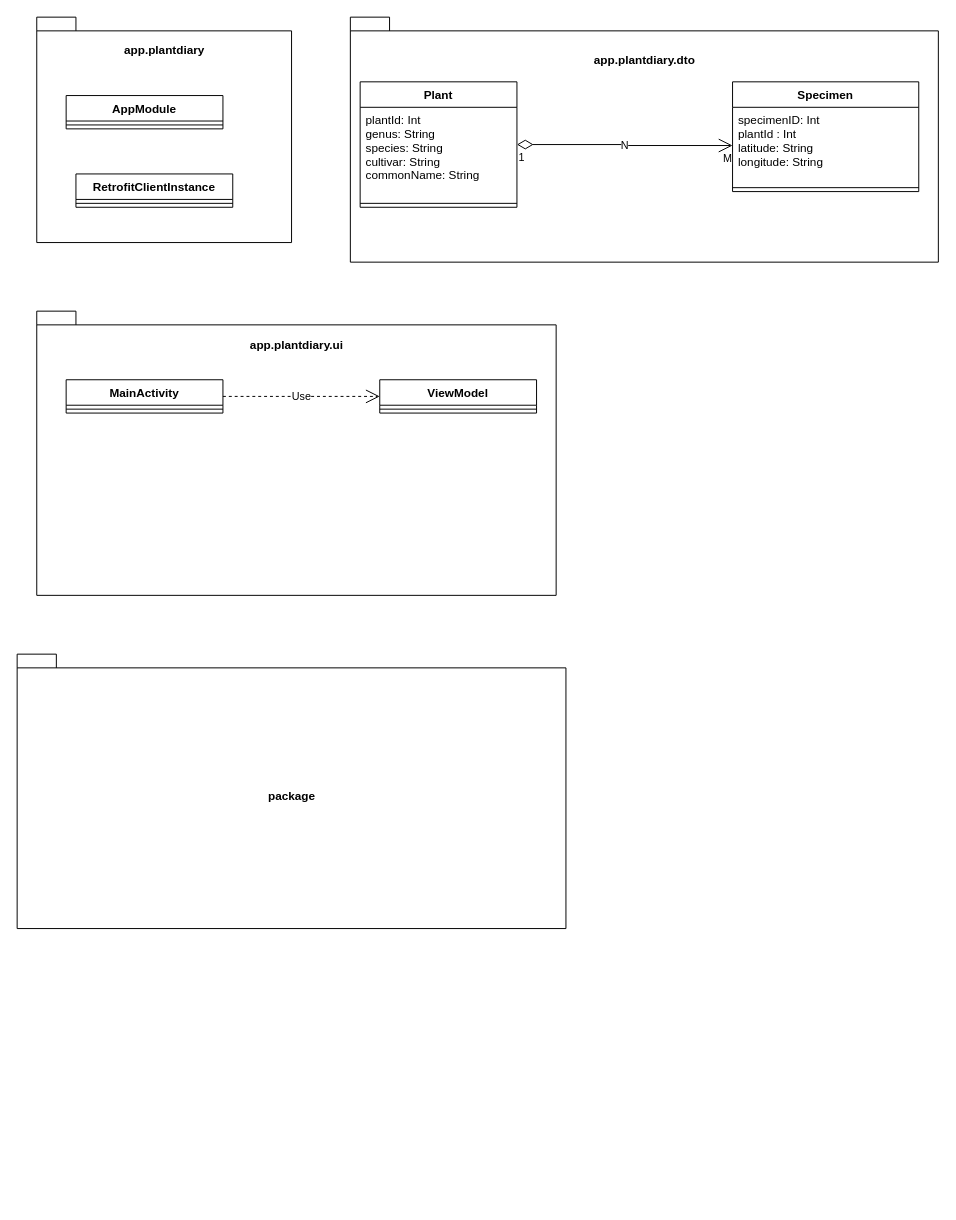
The draw.io diagram Untitled Diagram.drawio in discospiff/MyPlantDiary23SS7060, before the edit. Source tidied: cells renumbered, new cells numbered last; positions are measured from the earlier drawing's top-left corner, leaving out a move shared by most shapes. Both pictures are drawn from the tidied source at 98%, with x=0, y=0 at pixel (17, 17).
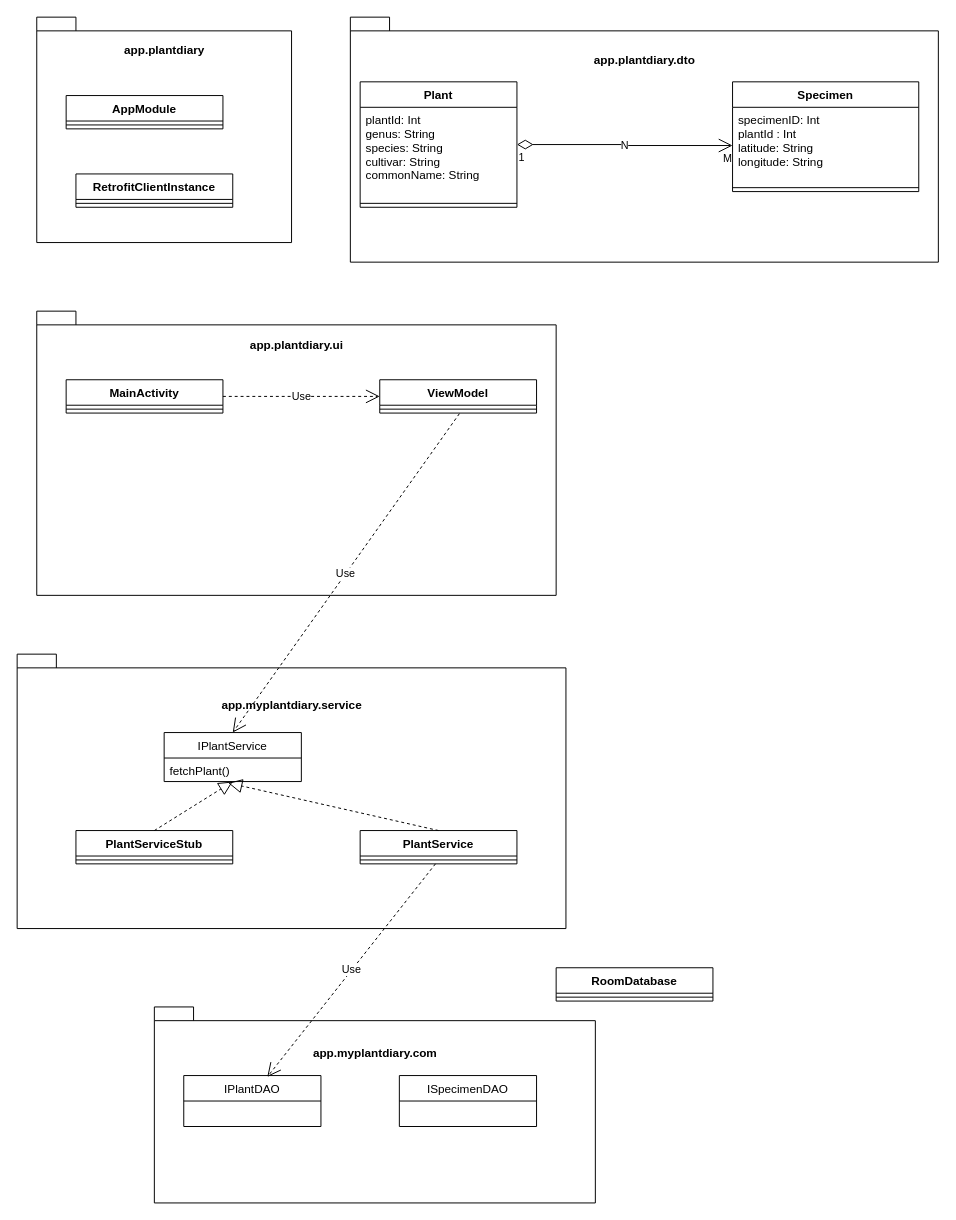
The same page after the edit.

Commit message:
MyPlantDiary Class Diagram.drawio

The change refers to these unchanged cells:
```xml
<mxCell id="21" style="line;strokeWidth=1;fillColor=none;align=left;verticalAlign=middle;spacingTop=-1;spacingLeft=3;spacingRight=3;labelPosition=right;points=[];portConstraint=eastwest;strokeColor=inherit;" parent="20" vertex="1">
  <mxGeometry y="26" width="160" height="8" as="geometry" />
</mxCell>
```

What changed in the source:
```diff
@@
-    <mxCell id="23" value="package" style="shape=folder;fontStyle=1;spacingTop=10;tabWidth=40;tabHeight=14;tabPosition=left;html=1;" parent="1" vertex="1">
+    <mxCell id="23" value="app.myplantdiary.service&lt;br&gt;&lt;br&gt;&lt;br&gt;&lt;br&gt;&lt;br&gt;&lt;br&gt;&lt;br&gt;&lt;br&gt;&lt;br&gt;&lt;br&gt;&lt;br&gt;&lt;br&gt;&lt;br&gt;&lt;br&gt;" style="shape=folder;fontStyle=1;spacingTop=10;tabWidth=40;tabHeight=14;tabPosition=left;html=1;" parent="1" vertex="1">
       <mxGeometry y="650" width="560" height="280" as="geometry" />
     </mxCell>
+    <mxCell id="24" value="IPlantService" style="swimlane;fontStyle=0;horizontal=1;startSize=26;fillColor=none;" parent="1" vertex="1">
+      <mxGeometry x="150" y="730" width="140" height="50" as="geometry" />
+    </mxCell>
+    <mxCell id="25" value="fetchPlant()" style="text;strokeColor=none;fillColor=none;align=left;verticalAlign=top;spacingLeft=4;spacingRight=4;overflow=hidden;points=[[0,0.5],[1,0.5]];portConstraint=eastwest;" parent="24" vertex="1">
+      <mxGeometry y="26" width="140" height="24" as="geometry" />
+    </mxCell>
+    <mxCell id="26" value="PlantServiceStub" style="swimlane;fontStyle=1;align=center;verticalAlign=top;horizontal=1;startSize=26;" parent="1" vertex="1">
+      <mxGeometry x="60" y="830" width="160" height="34" as="geometry" />
+    </mxCell>
+    <mxCell id="27" style="line;strokeWidth=1;fillColor=none;align=left;verticalAlign=middle;spacingTop=-1;spacingLeft=3;spacingRight=3;labelPosition=right;strokeColor=inherit;" parent="26" vertex="1">
+      <mxGeometry y="26" width="160" height="8" as="geometry" />
+    </mxCell>
+    <mxCell id="28" style="endArrow=block;dashed=1;endFill=0;endSize=12;html=1;rounded=0;exitX=0.5;exitY=0;exitDx=0;exitDy=0;" parent="1" edge="1" source="26">
+      <mxGeometry relative="1" as="geometry">
+        <mxPoint x="220" y="780" as="targetPoint" />
+      </mxGeometry>
+    </mxCell>
+    <mxCell id="29" value="PlantService" style="swimlane;fontStyle=1;align=center;verticalAlign=top;horizontal=1;startSize=26;" parent="1" vertex="1">
+      <mxGeometry x="350" y="830" width="160" height="34" as="geometry" />
+    </mxCell>
+    <mxCell id="30" style="line;strokeWidth=1;fillColor=none;align=left;verticalAlign=middle;spacingTop=-1;spacingLeft=3;spacingRight=3;labelPosition=right;points=[];portConstraint=eastwest;strokeColor=inherit;" parent="29" vertex="1">
+      <mxGeometry y="26" width="160" height="8" as="geometry" />
+    </mxCell>
+    <mxCell id="31" style="endArrow=block;dashed=1;endFill=0;endSize=12;html=1;rounded=0;exitX=0.5;exitY=0;exitDx=0;exitDy=0;entryX=0.466;entryY=1.058;entryDx=0;entryDy=0;entryPerimeter=0;" parent="1" edge="1" source="29" target="25">
+      <mxGeometry relative="1" as="geometry" />
+    </mxCell>
+    <mxCell id="32" value="Use" style="endArrow=open;endSize=12;dashed=1;html=1;rounded=0;exitX=0.508;exitY=1.075;exitDx=0;exitDy=0;exitPerimeter=0;entryX=0.5;entryY=0;entryDx=0;entryDy=0;" parent="1" edge="1" source="21" target="24">
+      <mxGeometry relative="1" as="geometry" />
+    </mxCell>
+    <mxCell id="33" value="app.myplantdiary.com&lt;br&gt;&lt;br&gt;&lt;br&gt;&lt;br&gt;&lt;br&gt;&lt;br&gt;&lt;br&gt;&lt;br&gt;&lt;br&gt;" style="shape=folder;fontStyle=1;spacingTop=10;tabWidth=40;tabHeight=14;tabPosition=left;html=1;" parent="1" vertex="1">
+      <mxGeometry x="140" y="1010" width="450" height="200" as="geometry" />
+    </mxCell>
+    <mxCell id="34" value="IPlantDAO" style="swimlane;fontStyle=0;horizontal=1;startSize=26;fillColor=none;" parent="1" vertex="1">
+      <mxGeometry x="170" y="1080" width="140" height="52" as="geometry" />
+    </mxCell>
+    <mxCell id="35" value="Use" style="endArrow=open;endSize=12;dashed=1;html=1;rounded=0;entryX=0.609;entryY=0.027;entryDx=0;entryDy=0;entryPerimeter=0;" parent="1" edge="1" source="30" target="34">
+      <mxGeometry relative="1" as="geometry" />
+    </mxCell>
+    <mxCell id="36" value="ISpecimenDAO" style="swimlane;fontStyle=0;horizontal=1;startSize=26;fillColor=none;" parent="1" vertex="1">
+      <mxGeometry x="390" y="1080" width="140" height="52" as="geometry" />
+    </mxCell>
+    <mxCell id="37" value="RoomDatabase" style="swimlane;fontStyle=1;align=center;verticalAlign=top;horizontal=1;startSize=26;" parent="1" vertex="1">
+      <mxGeometry x="550" y="970" width="160" height="34" as="geometry" />
+    </mxCell>
+    <mxCell id="38" style="line;strokeWidth=1;fillColor=none;align=left;verticalAlign=middle;spacingTop=-1;spacingLeft=3;spacingRight=3;labelPosition=right;strokeColor=inherit;" parent="37" vertex="1">
+      <mxGeometry y="26" width="160" height="8" as="geometry" />
+    </mxCell>
```
